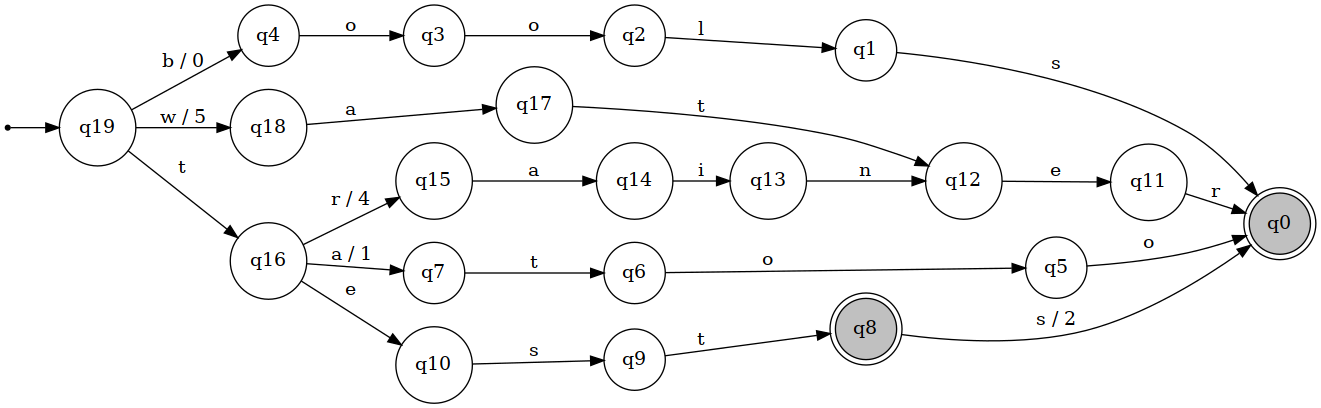
This is graphs/poc_mast.png from lucasll37/CTC-34, a Graphviz export, as it was before one commit. Its source is kept beside it as graphs/graphViz/poc_mast.dot.
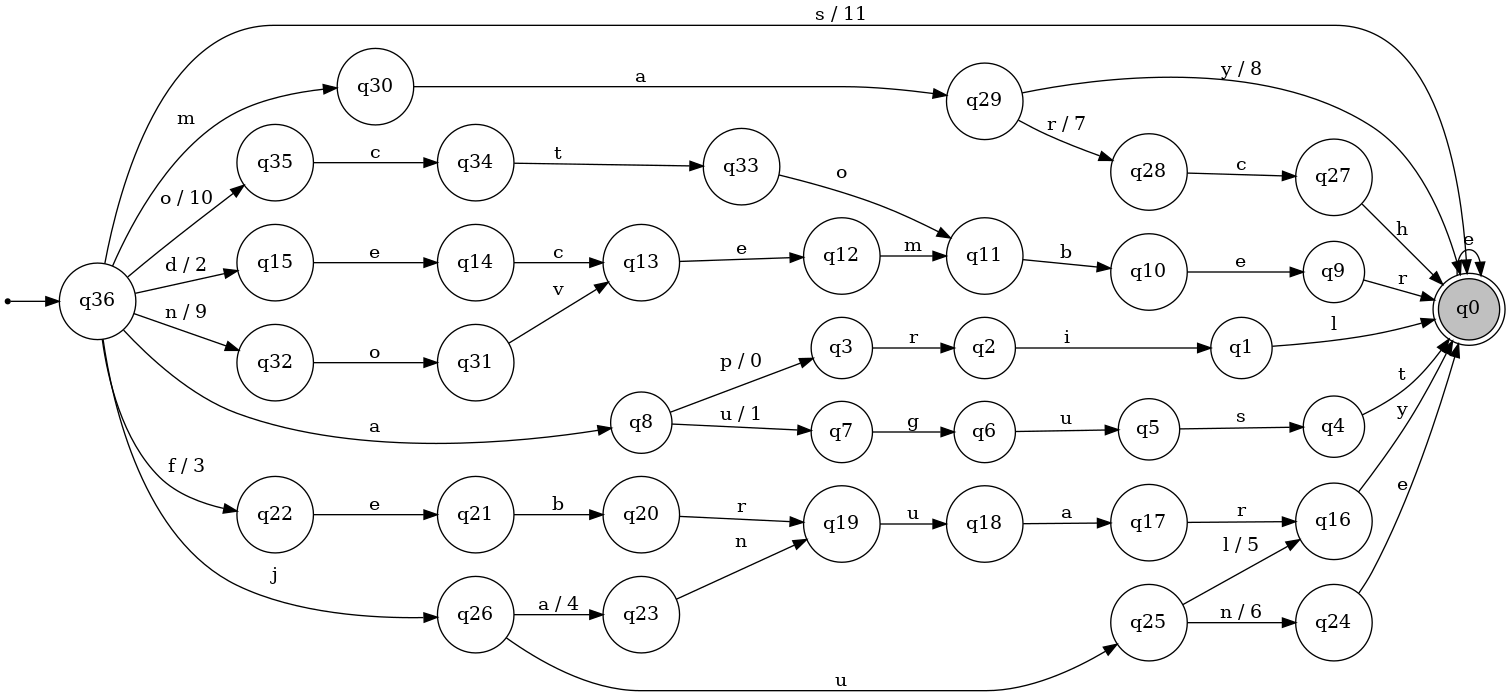
The same diagram one commit later.

Change to the diagram source:
```diff
@@ -3,52 +3,92 @@
 charset="utf8";
 node [shape=circle];
 ini [shape=point];
-ini -> q19;
-	q19 [label="q19"];
-	q17 [label="q17"];
-	q15 [label="q15"];
-	q18 [label="q18"];
-	q13 [label="q13"];
-	q1 [label="q1"];
-	q2 [label="q2"];
-	q3 [label="q3"];
-	q4 [label="q4"];
+ini -> q36;
+	q36 [label="q36"];
+	q35 [label="q35"];
+	q34 [label="q34"];
+	q33 [label="q33"];
+	q32 [label="q32"];
+	q31 [label="q31"];
+	q29 [label="q29"];
+	q11 [label="q11"];
+	q9 [label="q9"];
+	q28 [label="q28"];
+	q8 [label="q8"];
 	q0 [label="q0"];
 	q0 [shape=doublecircle];
 	q0 [style=filled fillcolor=gray];
 	q7 [label="q7"];
+	q22 [label="q22"];
+	q6 [label="q6"];
+	q20 [label="q20"];
+	q10 [label="q10"];
+	q4 [label="q4"];
 	q5 [label="q5"];
-	q9 [label="q9"];
-	q10 [label="q10"];
+	q3 [label="q3"];
+	q2 [label="q2"];
+	q12 [label="q12"];
+	q1 [label="q1"];
+	q30 [label="q30"];
+	q13 [label="q13"];
 	q14 [label="q14"];
-	q8 [label="q8"];
-	q8 [shape=doublecircle];
-	q8 [style=filled fillcolor=gray];
-	q11 [label="q11"];
+	q17 [label="q17"];
 	q16 [label="q16"];
-	q6 [label="q6"];
-	q12 [label="q12"];
-	q19 -> q4 [label="b / 0"];
-	q19 -> q16 [label="t"];
-	q19 -> q18 [label="w / 5"];
-	q17 -> q12 [label="t"];
-	q15 -> q14 [label="a"];
+	q15 [label="q15"];
+	q27 [label="q27"];
+	q19 [label="q19"];
+	q25 [label="q25"];
+	q21 [label="q21"];
+	q18 [label="q18"];
+	q24 [label="q24"];
+	q23 [label="q23"];
+	q26 [label="q26"];
+	q36 -> q8 [label="a"];
+	q36 -> q15 [label="d / 2"];
+	q36 -> q22 [label="f / 3"];
+	q36 -> q26 [label="j"];
+	q36 -> q30 [label="m"];
+	q36 -> q32 [label="n / 9"];
+	q36 -> q35 [label="o / 10"];
+	q36 -> q0 [label="s / 11"];
+	q35 -> q34 [label="c"];
+	q34 -> q33 [label="t"];
+	q33 -> q11 [label="o"];
+	q32 -> q31 [label="o"];
+	q31 -> q13 [label="v"];
+	q29 -> q28 [label="r / 7"];
+	q29 -> q0 [label="y / 8"];
+	q11 -> q10 [label="b"];
+	q9 -> q0 [label="r"];
+	q28 -> q27 [label="c"];
+	q0 -> q0 [label="e"];
+	q8 -> q3 [label="p / 0"];
+	q8 -> q7 [label="u / 1"];
+	q7 -> q6 [label="g"];
+	q22 -> q21 [label="e"];
+	q6 -> q5 [label="u"];
+	q20 -> q19 [label="r"];
+	q10 -> q9 [label="e"];
+	q4 -> q0 [label="t"];
+	q5 -> q4 [label="s"];
+	q3 -> q2 [label="r"];
+	q2 -> q1 [label="i"];
+	q12 -> q11 [label="m"];
+	q1 -> q0 [label="l"];
+	q30 -> q29 [label="a"];
+	q13 -> q12 [label="e"];
+	q14 -> q13 [label="c"];
+	q17 -> q16 [label="r"];
+	q16 -> q0 [label="y"];
+	q15 -> q14 [label="e"];
+	q27 -> q0 [label="h"];
+	q19 -> q18 [label="u"];
+	q25 -> q16 [label="l / 5"];
+	q25 -> q24 [label="n / 6"];
+	q21 -> q20 [label="b"];
 	q18 -> q17 [label="a"];
-	q13 -> q12 [label="n"];
-	q1 -> q0 [label="s"];
-	q2 -> q1 [label="l"];
-	q3 -> q2 [label="o"];
-	q4 -> q3 [label="o"];
-	q7 -> q6 [label="t"];
-	q5 -> q0 [label="o"];
-	q9 -> q8 [label="t"];
-	q10 -> q9 [label="s"];
-	q14 -> q13 [label="i"];
-	q8 -> q0 [label="s / 2"];
-	q11 -> q0 [label="r"];
-	q16 -> q7 [label="a / 1"];
-	q16 -> q10 [label="e"];
-	q16 -> q15 [label="r / 4"];
-	q6 -> q5 [label="o"];
-	q12 -> q11 [label="e"];
+	q24 -> q0 [label="e"];
+	q23 -> q19 [label="n"];
+	q26 -> q23 [label="a / 4"];
+	q26 -> q25 [label="u"];
 }
```
